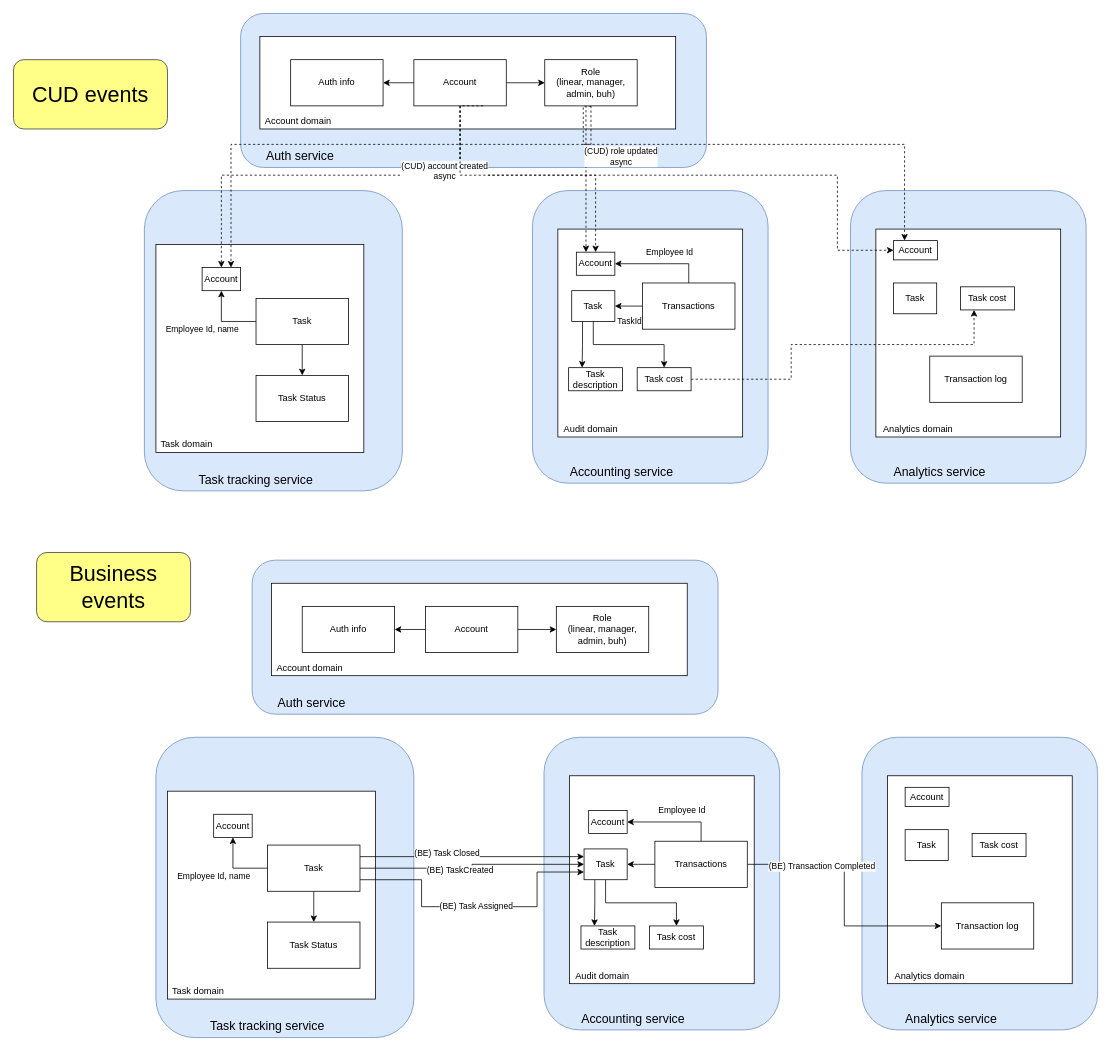
The draw.io diagram page "Domain Model" (2 of 2) of popug_event_storming.drawio in evyalyy/popug_jira, before the edit. Source tidied: cells renumbered, new cells numbered last; positions are measured from the earlier drawing's top-left corner, leaving out a move shared by most shapes. Both pictures are drawn from the tidied source at 77%, with x=0, y=0 at pixel (13, 13).
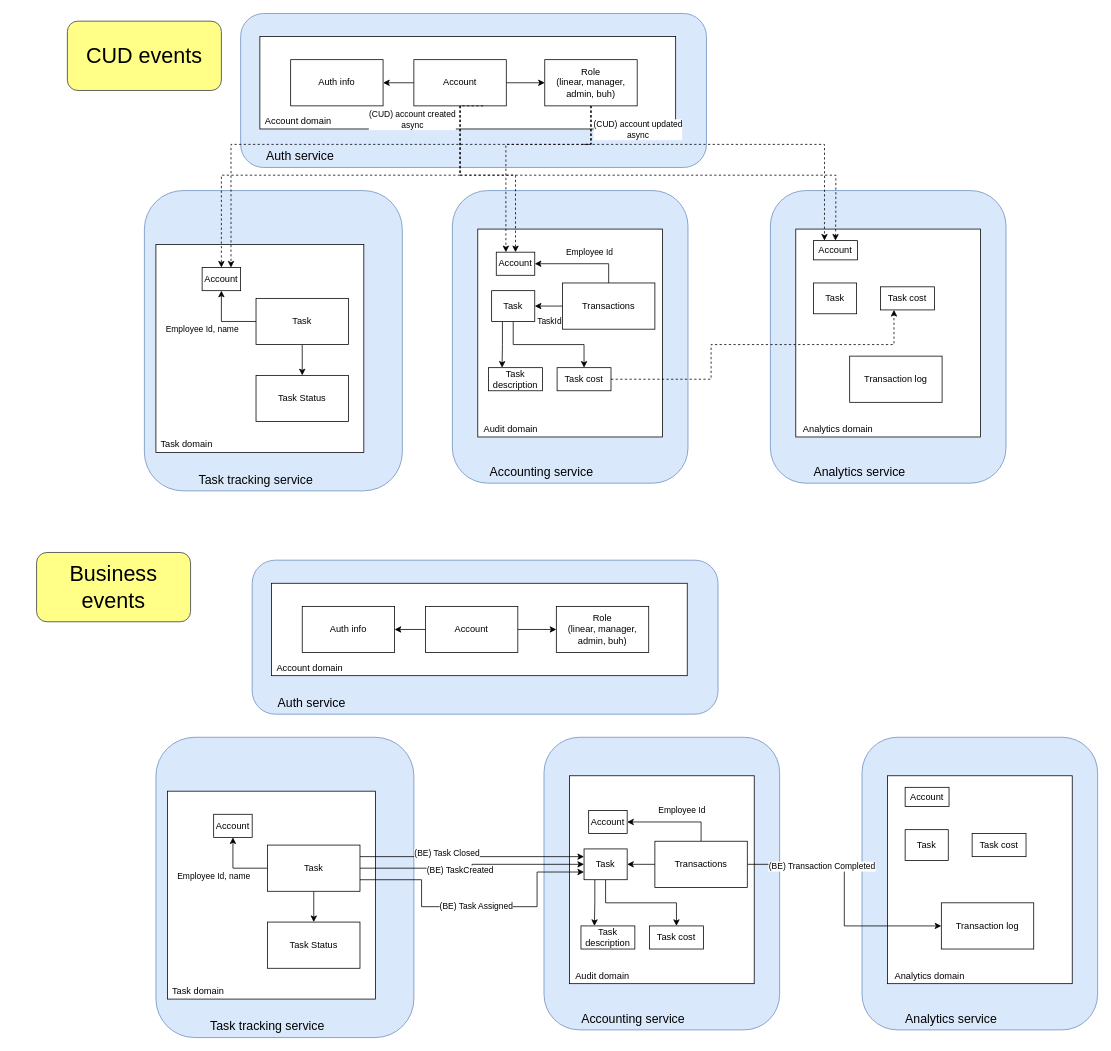
The same page after the edit.

The change refers to these unchanged cells:
```xml
<mxCell id="12" value="Account" style="rounded=0;whiteSpace=wrap;html=1;" parent="1" vertex="1">
  <mxGeometry x="520" y="60" width="120" height="60" as="geometry" />
</mxCell>
<mxCell id="14" style="edgeStyle=orthogonalEdgeStyle;rounded=0;jettySize=auto;html=1;exitX=0.5;exitY=1;exitDx=0;exitDy=0;entryX=0.25;entryY=0;entryDx=0;entryDy=0;dashed=1;" parent="1" edge="1" source="17" target="46">
  <mxGeometry relative="1" as="geometry">
    <Array as="points">
      <mxPoint x="740" y="170" />
      <mxPoint x="1157" y="170" />
    </Array>
  </mxGeometry>
</mxCell>
<mxCell id="17" value="Role&lt;br&gt;(linear, manager, admin, buh)" style="rounded=0;whiteSpace=wrap;html=1;" parent="1" vertex="1">
  <mxGeometry x="690" y="60" width="120" height="60" as="geometry" />
</mxCell>
```

Diff of the diagram source:
```diff
@@
     <mxCell id="2" style="rounded=1;whiteSpace=wrap;html=1;fillColor=#dae8fc;strokeColor=#6c8ebf;" parent="1" vertex="1">
-      <mxGeometry x="1087" y="230" width="306" height="380" as="geometry" />
+      <mxGeometry x="983" y="230" width="306" height="380" as="geometry" />
     </mxCell>
     <mxCell id="3" style="rounded=0;whiteSpace=wrap;html=1;fillColor=#FFFFFF;" parent="1" vertex="1">
-      <mxGeometry x="1120" y="280" width="240" height="270" as="geometry" />
+      <mxGeometry x="1016" y="280" width="240" height="270" as="geometry" />
     </mxCell>
     <mxCell id="4" style="rounded=1;whiteSpace=wrap;html=1;fillColor=#dae8fc;strokeColor=#6c8ebf;" parent="1" vertex="1">
-      <mxGeometry x="674" y="230" width="306" height="380" as="geometry" />
+      <mxGeometry x="570" y="230" width="306" height="380" as="geometry" />
     </mxCell>
@@
     <mxCell id="7" style="rounded=0;whiteSpace=wrap;html=1;fillColor=#FFFFFF;" parent="1" vertex="1">
-      <mxGeometry x="707" y="280" width="240" height="270" as="geometry" />
+      <mxGeometry x="603" y="280" width="240" height="270" as="geometry" />
     </mxCell>
@@
     <mxCell id="13" style="edgeStyle=orthogonalEdgeStyle;rounded=0;jettySize=auto;html=1;exitX=0.5;exitY=1;exitDx=0;exitDy=0;entryX=0.25;entryY=0;entryDx=0;entryDy=0;dashed=1;" parent="1" edge="1" source="17" target="35">
       <mxGeometry relative="1" as="geometry">
         <Array as="points">
-          <mxPoint x="744" y="120" />
+          <mxPoint x="750" y="170" />
+          <mxPoint x="640" y="170" />
         </Array>
       </mxGeometry>
     </mxCell>
@@
-    <mxCell id="15" value="(CUD) role updated&lt;br&gt;async" style="edgeLabel;html=1;align=center;verticalAlign=middle;" parent="14" vertex="1">
+    <mxCell id="15" value="(CUD) account&amp;nbsp;updated&lt;br&gt;async" style="edgeLabel;html=1;align=center;verticalAlign=middle;" parent="14" vertex="1">
       <mxGeometry x="0.45" y="1" relative="1" as="geometry">
-        <mxPoint x="-329" y="16" as="offset" />
+        <mxPoint x="-231" y="-19" as="offset" />
       </mxGeometry>
     </mxCell>
@@
     <mxCell id="22" value="TaskId" style="edgeStyle=orthogonalEdgeStyle;rounded=0;jettySize=auto;html=1;exitX=0;exitY=0.5;exitDx=0;exitDy=0;entryX=0;entryY=0.5;entryDx=0;entryDy=0;" parent="1" edge="1" source="23" target="33">
       <mxGeometry x="-0.06" y="20" relative="1" as="geometry">
         <Array as="points">
-          <mxPoint x="797" y="380" />
-          <mxPoint x="797" y="380" />
+          <mxPoint x="693" y="380" />
+          <mxPoint x="693" y="380" />
         </Array>
       </mxGeometry>
     </mxCell>
     <mxCell id="23" value="Transactions" style="rounded=0;whiteSpace=wrap;html=1;fillColor=#FFFFFF;" parent="1" vertex="1">
-      <mxGeometry x="817" y="350" width="120" height="60" as="geometry" />
+      <mxGeometry x="713" y="350" width="120" height="60" as="geometry" />
     </mxCell>
@@
     <mxCell id="28" value="Audit domain" style="text;html=1;strokeColor=none;fillColor=none;align=center;verticalAlign=middle;whiteSpace=wrap;rounded=0;" parent="1" vertex="1">
-      <mxGeometry x="707" y="530" width="86" height="20" as="geometry" />
+      <mxGeometry x="603" y="530" width="86" height="20" as="geometry" />
     </mxCell>
@@
     <mxCell id="33" value="Task" style="rounded=0;whiteSpace=wrap;html=1;fillColor=#FFFFFF;direction=west;" parent="1" vertex="1">
-      <mxGeometry x="725" y="360" width="56" height="40" as="geometry" />
+      <mxGeometry x="621" y="360" width="56" height="40" as="geometry" />
     </mxCell>
     <mxCell id="34" value="&lt;span style=&quot;color: rgb(0 , 0 , 0) ; font-family: &amp;#34;helvetica&amp;#34; ; font-size: 11px ; font-style: normal ; font-weight: 400 ; letter-spacing: normal ; text-align: center ; text-indent: 0px ; text-transform: none ; word-spacing: 0px ; background-color: rgb(255 , 255 , 255) ; display: inline ; float: none&quot;&gt;(CUD) account created&lt;/span&gt;&lt;br style=&quot;color: rgb(0 , 0 , 0) ; font-family: &amp;#34;helvetica&amp;#34; ; font-size: 11px ; font-style: normal ; font-weight: 400 ; letter-spacing: normal ; text-align: center ; text-indent: 0px ; text-transform: none ; word-spacing: 0px&quot;&gt;&lt;span style=&quot;color: rgb(0 , 0 , 0) ; font-family: &amp;#34;helvetica&amp;#34; ; font-size: 11px ; font-style: normal ; font-weight: 400 ; letter-spacing: normal ; text-align: center ; text-indent: 0px ; text-transform: none ; word-spacing: 0px ; background-color: rgb(255 , 255 , 255) ; display: inline ; float: none&quot;&gt;async&lt;/span&gt;" style="edgeStyle=orthogonalEdgeStyle;rounded=0;jettySize=auto;html=1;exitX=0.75;exitY=1;exitDx=0;exitDy=0;entryX=0.5;entryY=0;entryDx=0;entryDy=0;dashed=1;" parent="1" edge="1" source="12" target="35">
-      <mxGeometry x="-0.42" y="-20" relative="1" as="geometry">
+      <mxGeometry x="-0.52" y="-32" relative="1" as="geometry">
         <Array as="points">
           <mxPoint x="580" y="120" />
           <mxPoint x="580" y="210" />
-          <mxPoint x="756" y="210" />
+          <mxPoint x="652" y="210" />
         </Array>
+        <mxPoint x="-30" y="-22" as="offset" />
       </mxGeometry>
     </mxCell>
     <mxCell id="35" value="Account" style="rounded=0;whiteSpace=wrap;html=1;fillColor=#FFFFFF;" parent="1" vertex="1">
-      <mxGeometry x="731" y="310" width="50" height="30" as="geometry" />
+      <mxGeometry x="627" y="310" width="50" height="30" as="geometry" />
     </mxCell>
     <mxCell id="36" style="edgeStyle=orthogonalEdgeStyle;rounded=0;jettySize=auto;html=1;exitX=1;exitY=0.5;exitDx=0;exitDy=0;entryX=0.25;entryY=1;entryDx=0;entryDy=0;dashed=1;" parent="1" edge="1" source="37" target="48">
       <mxGeometry relative="1" as="geometry">
         <Array as="points">
-          <mxPoint x="1010" y="475" />
-          <mxPoint x="1010" y="430" />
-          <mxPoint x="1248" y="430" />
+          <mxPoint x="906" y="475" />
+          <mxPoint x="906" y="430" />
+          <mxPoint x="1144" y="430" />
         </Array>
       </mxGeometry>
     </mxCell>
     <mxCell id="37" value="Task cost" style="rounded=0;whiteSpace=wrap;html=1;" parent="1" vertex="1">
-      <mxGeometry x="810" y="460" width="70" height="30" as="geometry" />
+      <mxGeometry x="706" y="460" width="70" height="30" as="geometry" />
     </mxCell>
@@
     <mxCell id="40" value="&lt;font style=&quot;font-size: 16px&quot;&gt;Accounting service&lt;/font&gt;" style="text;html=1;strokeColor=none;fillColor=none;align=center;verticalAlign=middle;whiteSpace=wrap;rounded=0;" parent="1" vertex="1">
-      <mxGeometry x="720" y="580" width="140" height="30" as="geometry" />
+      <mxGeometry x="616" y="580" width="140" height="30" as="geometry" />
     </mxCell>
     <mxCell id="41" value="Analytics domain" style="text;html=1;strokeColor=none;fillColor=none;align=center;verticalAlign=middle;whiteSpace=wrap;rounded=0;" parent="1" vertex="1">
-      <mxGeometry x="1120" y="530" width="110" height="20" as="geometry" />
+      <mxGeometry x="1016" y="530" width="110" height="20" as="geometry" />
     </mxCell>
     <mxCell id="42" value="&lt;font style=&quot;font-size: 16px&quot;&gt;Analytics service&lt;/font&gt;" style="text;html=1;strokeColor=none;fillColor=none;align=center;verticalAlign=middle;whiteSpace=wrap;rounded=0;" parent="1" vertex="1">
-      <mxGeometry x="1133" y="580" width="140" height="30" as="geometry" />
+      <mxGeometry x="1029" y="580" width="140" height="30" as="geometry" />
     </mxCell>
-    <mxCell id="43" style="edgeStyle=orthogonalEdgeStyle;rounded=0;jettySize=auto;html=1;exitX=0.5;exitY=1;exitDx=0;exitDy=0;entryX=0;entryY=0.5;entryDx=0;entryDy=0;dashed=1;" parent="1" edge="1" source="12" target="46">
+    <mxCell id="43" style="edgeStyle=orthogonalEdgeStyle;rounded=0;jettySize=auto;html=1;exitX=0.5;exitY=1;exitDx=0;exitDy=0;entryX=0.5;entryY=0;entryDx=0;entryDy=0;dashed=1;" parent="1" edge="1" source="12" target="46">
       <mxGeometry x="0.36" y="20" relative="1" as="geometry">
         <Array as="points">
           <mxPoint x="580" y="210" />
-          <mxPoint x="1070" y="210" />
-          <mxPoint x="1070" y="308" />
+          <mxPoint x="1068" y="210" />
+          <mxPoint x="1068" y="260" />
         </Array>
       </mxGeometry>
     </mxCell>
     <mxCell id="44" value="Task description" style="rounded=0;whiteSpace=wrap;html=1;" parent="1" vertex="1">
-      <mxGeometry x="721" y="460" width="70" height="30" as="geometry" />
+      <mxGeometry x="617" y="460" width="70" height="30" as="geometry" />
     </mxCell>
     <mxCell id="45" value="Transaction log" style="rounded=0;whiteSpace=wrap;html=1;" parent="1" vertex="1">
-      <mxGeometry x="1190" y="445" width="120" height="60" as="geometry" />
+      <mxGeometry x="1086" y="445" width="120" height="60" as="geometry" />
     </mxCell>
     <mxCell id="46" value="Account" style="rounded=0;whiteSpace=wrap;html=1;" parent="1" vertex="1">
-      <mxGeometry x="1143" y="295" width="57" height="25" as="geometry" />
+      <mxGeometry x="1039" y="295" width="57" height="25" as="geometry" />
     </mxCell>
     <mxCell id="47" value="Task" style="rounded=0;whiteSpace=wrap;html=1;fillColor=#FFFFFF;direction=west;" parent="1" vertex="1">
-      <mxGeometry x="1143" y="350" width="56" height="40" as="geometry" />
+      <mxGeometry x="1039" y="350" width="56" height="40" as="geometry" />
     </mxCell>
     <mxCell id="48" value="Task cost" style="rounded=0;whiteSpace=wrap;html=1;" parent="1" vertex="1">
-      <mxGeometry x="1230" y="355" width="70" height="30" as="geometry" />
+      <mxGeometry x="1126" y="355" width="70" height="30" as="geometry" />
     </mxCell>
@@
     <mxCell id="95" value="&lt;font style=&quot;font-size: 28px&quot;&gt;CUD events&lt;/font&gt;" style="rounded=1;whiteSpace=wrap;html=1;fillColor=#ffff88;strokeColor=#36393d;" parent="1" vertex="1">
-      <mxGeometry y="60" width="200" height="90" as="geometry" />
+      <mxGeometry x="70" y="10" width="200" height="90" as="geometry" />
     </mxCell>
```
